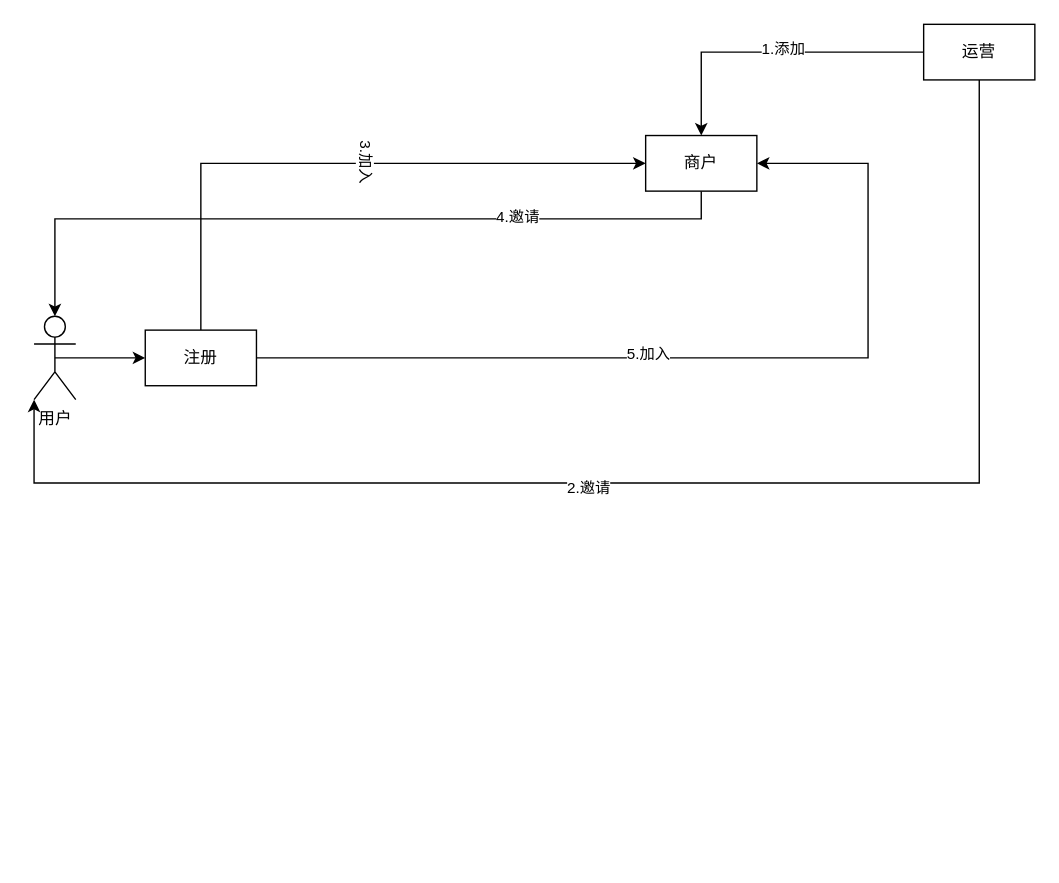
The draw.io diagram 美业.drawio in yiuked/diagram, before the edit. Source tidied: cells renumbered, new cells numbered last; positions are measured from the earlier drawing's top-left corner, leaving out a move shared by most shapes. Both pictures are drawn from the tidied source at 139%, with x=0, y=0 at pixel (33, 24).
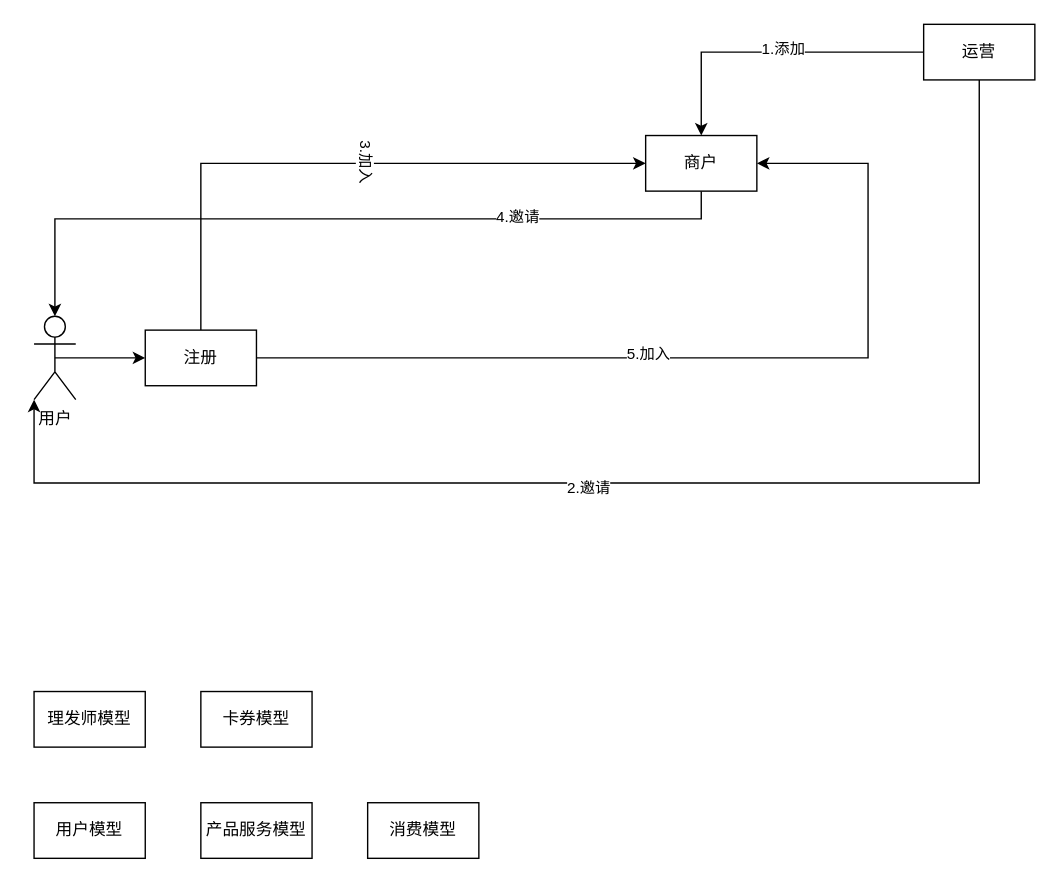
After the change.

Change to the diagram source:
```diff
@@
+    <mxCell id="17" value="理发师模型" style="rounded=0;whiteSpace=wrap;html=1;" parent="1" vertex="1">
+      <mxGeometry y="480" width="80" height="40" as="geometry" />
+    </mxCell>
+    <mxCell id="18" value="用户模型" style="rounded=0;whiteSpace=wrap;html=1;" parent="1" vertex="1">
+      <mxGeometry y="560" width="80" height="40" as="geometry" />
+    </mxCell>
+    <mxCell id="19" value="卡券模型" style="rounded=0;whiteSpace=wrap;html=1;" parent="1" vertex="1">
+      <mxGeometry x="120" y="480" width="80" height="40" as="geometry" />
+    </mxCell>
+    <mxCell id="20" value="产品服务模型" style="rounded=0;whiteSpace=wrap;html=1;" parent="1" vertex="1">
+      <mxGeometry x="120" y="560" width="80" height="40" as="geometry" />
+    </mxCell>
+    <mxCell id="21" value="消费模型" style="rounded=0;whiteSpace=wrap;html=1;" parent="1" vertex="1">
+      <mxGeometry x="240" y="560" width="80" height="40" as="geometry" />
+    </mxCell>
```
